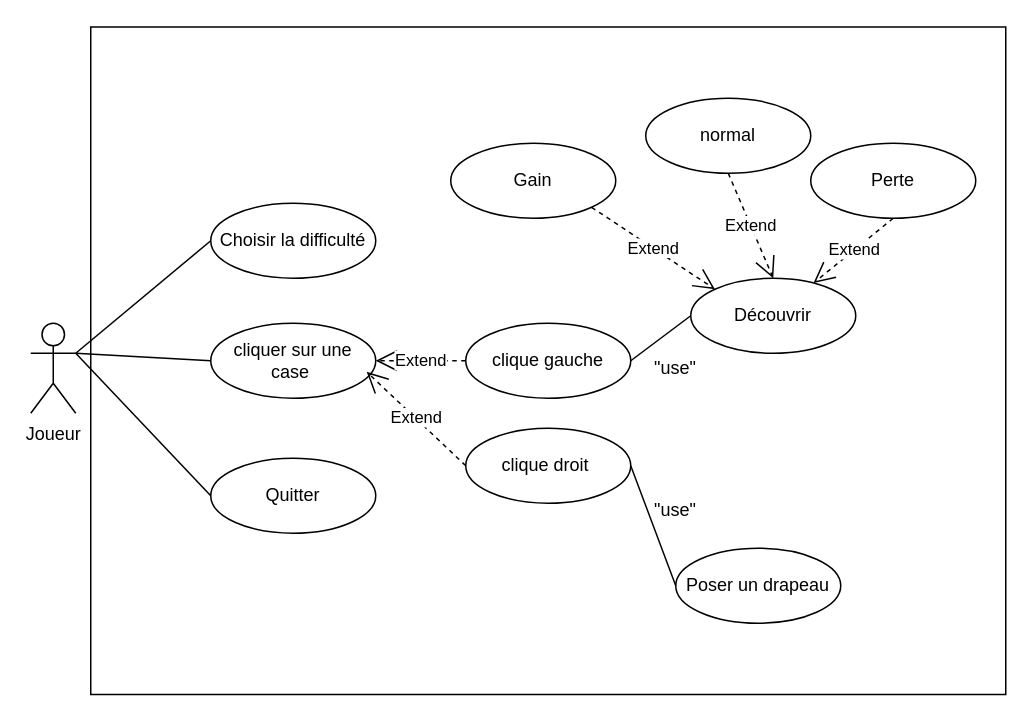
emilyllg/filrougeEJL keeps this draw.io diagram as usecasdiagram.drawio. Above is the earlier version. Source tidied: cells renumbered, new cells numbered last; positions are measured from the earlier drawing's top-left corner, leaving out a move shared by most shapes. Both pictures are drawn from the tidied source at 150%, with x=0, y=0 at pixel (30, 26).
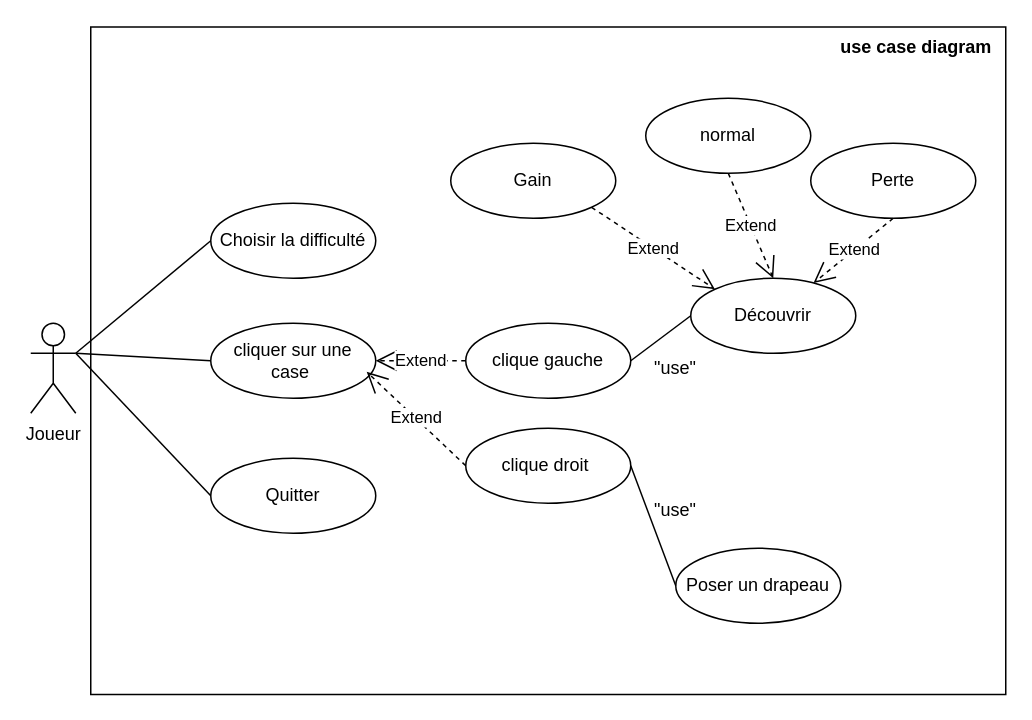
After the change.

Commit message:
Mettre à jour usecasdiagram.drawio

Diff of the diagram source:
```diff
@@
+    <mxCell id="26" value="use case diagram" style="text;align=center;fontStyle=1;verticalAlign=middle;spacingLeft=3;spacingRight=3;strokeColor=none;html=1;" parent="1" vertex="1">
+      <mxGeometry x="550" y="0.5" width="80" height="26" as="geometry" />
+    </mxCell>
```
